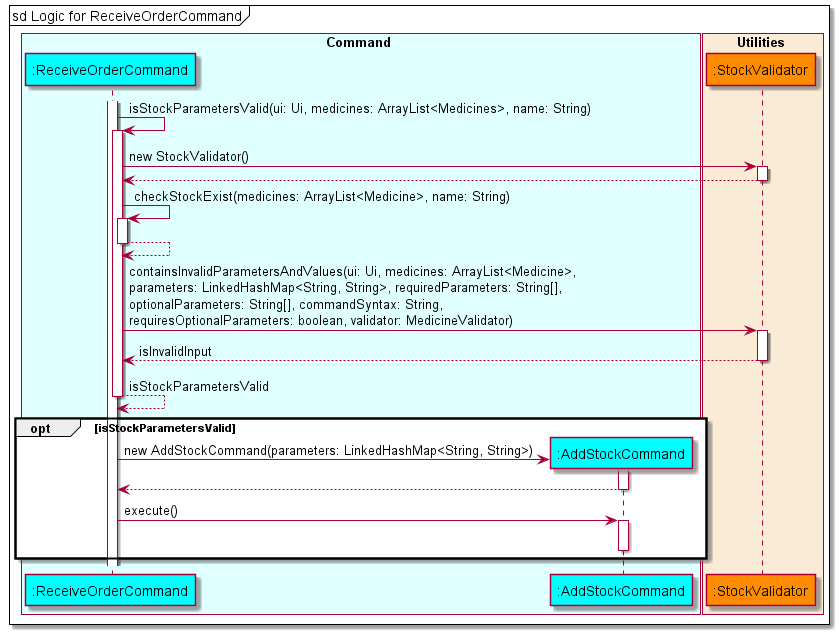
Earlier version of the PlantUML export docs/diagrams/diagram_images/ReceiveOrderSequenceDiagram.png (nus-cs2113-AY2122S1/tp).
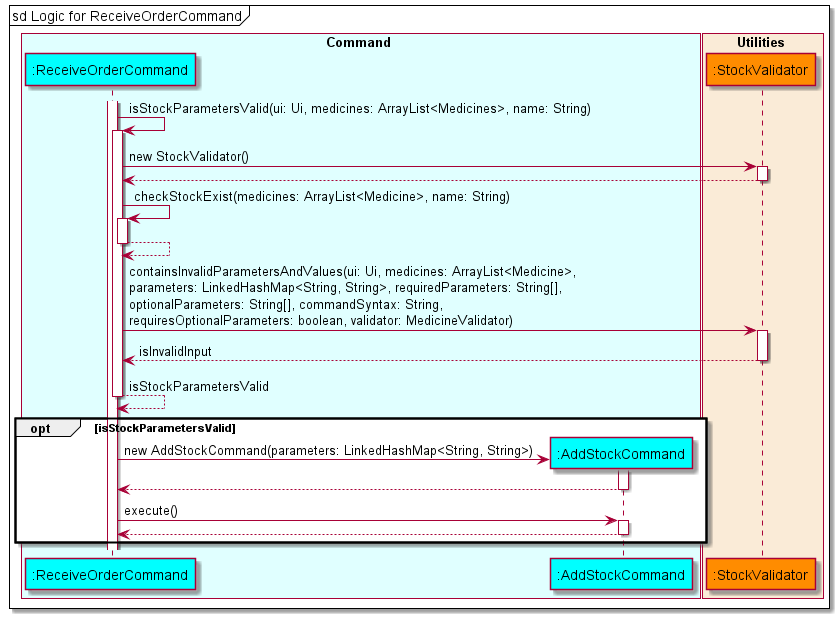
After the change.

Commit message:
Update sequence diagrams

What changed in the source:
```diff
@@ -31,6 +31,7 @@
     receiveordercommand -> addstockcommand : new AddStockCommand(parameters: LinkedHashMap<String, String>)
     receiveordercommand <-- addstockcommand
     receiveordercommand -> addstockcommand : execute()
+    receiveordercommand <-- addstockcommand
     deactivate addstockcommand
 end
 
```
